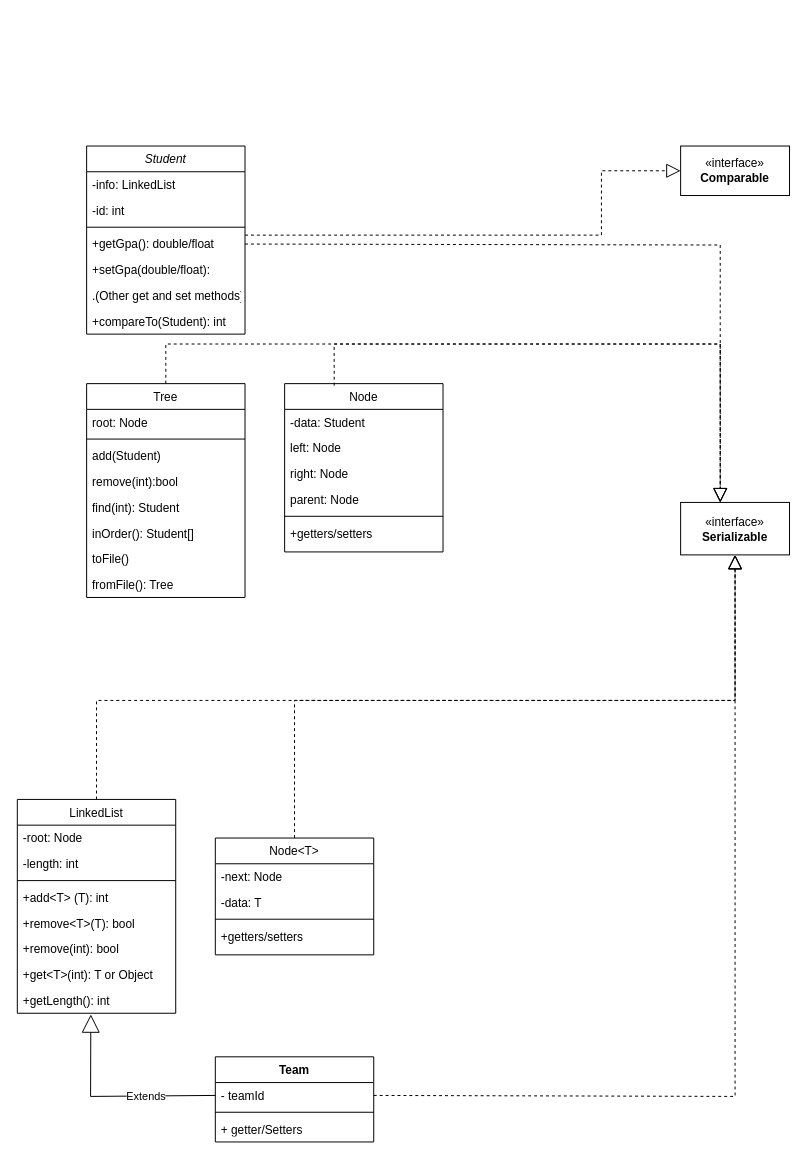
Above: DSA Project UML.drawio in Pearow/DSA-Project (draw.io), before the change. Source tidied: cells renumbered, new cells numbered last; positions are measured from the earlier drawing's top-left corner, leaving out a move shared by most shapes. Both pictures are drawn from the tidied source at 99%, with x=0, y=0 at pixel (17, 146).
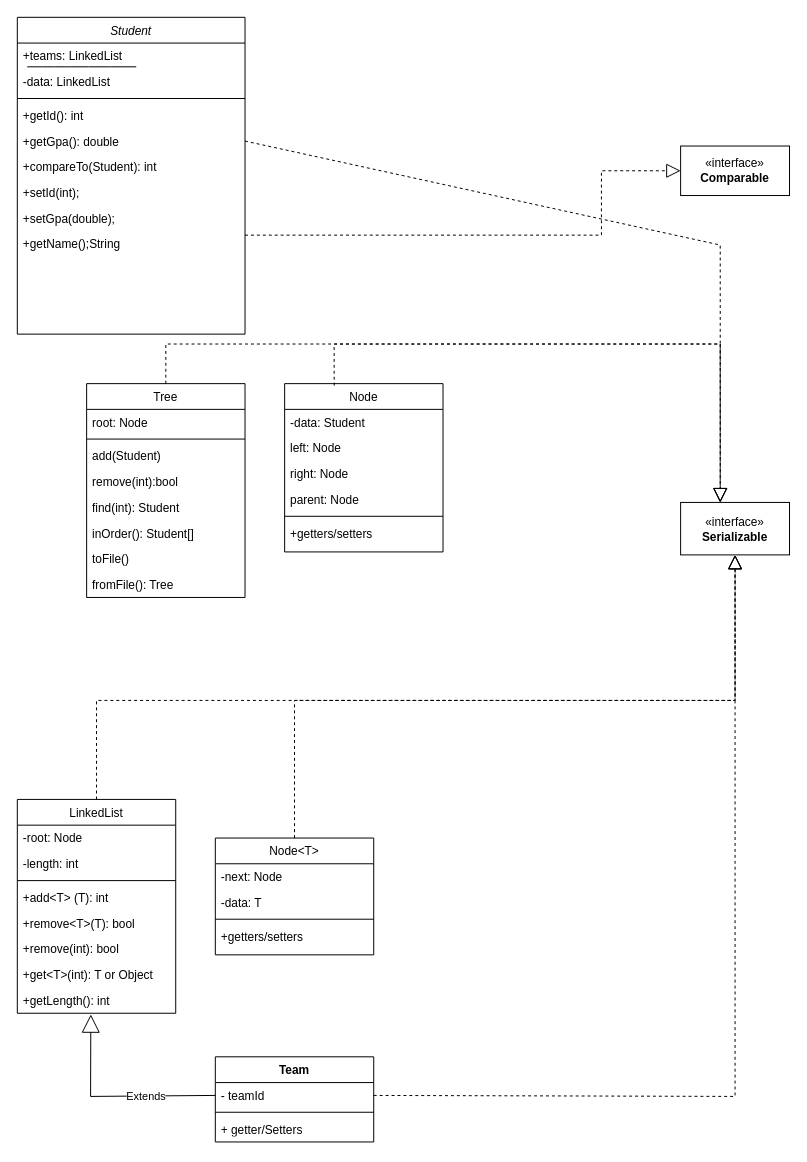
The same page after the edit.

What changed in the source:
```diff
@@
     <mxCell id="2" value="Student&#10;" style="swimlane;fontStyle=2;align=center;verticalAlign=top;horizontal=1;startSize=26;rounded=0;shadow=0;strokeWidth=1;" parent="1" vertex="1">
-      <mxGeometry x="70" width="160" height="190" as="geometry" />
+      <mxGeometry y="-130" width="230" height="320" as="geometry" />
     </mxCell>
-    <mxCell id="3" value="-info: LinkedList" style="text;align=left;verticalAlign=top;spacingLeft=4;spacingRight=4;overflow=hidden;" parent="2" vertex="1">
-      <mxGeometry y="26" width="160" height="26" as="geometry" />
+    <mxCell id="3" value="+teams: LinkedList" style="text;align=left;verticalAlign=top;spacingLeft=4;spacingRight=4;overflow=hidden;" parent="2" vertex="1">
+      <mxGeometry y="26" width="230" height="26" as="geometry" />
     </mxCell>
+    <mxCell id="54" style="endArrow=none;html=1;rounded=0;fontSize=12;startSize=8;endSize=8;curved=1;entryX=0.522;entryY=0.692;entryDx=0;entryDy=0;entryPerimeter=0;" parent="2" edge="1">
+      <mxGeometry relative="1" as="geometry">
+        <mxPoint x="10" y="50" as="sourcePoint" />
+        <mxPoint x="120.1" y="50" as="targetPoint" />
+      </mxGeometry>
+    </mxCell>
-    <mxCell id="4" value="-id: int&#10;" style="text;align=left;verticalAlign=top;spacingLeft=4;spacingRight=4;overflow=hidden;rounded=0;shadow=0;html=0;" parent="2" vertex="1">
-      <mxGeometry y="52" width="160" height="26" as="geometry" />
+    <mxCell id="4" value="-data: LinkedList&#10;" style="text;align=left;verticalAlign=top;spacingLeft=4;spacingRight=4;overflow=hidden;rounded=0;shadow=0;html=0;" parent="2" vertex="1">
+      <mxGeometry y="52" width="230" height="26" as="geometry" />
     </mxCell>
     <mxCell id="5" style="line;html=1;strokeWidth=1;align=left;verticalAlign=middle;spacingTop=-1;spacingLeft=3;spacingRight=3;labelPosition=right;" parent="2" vertex="1">
-      <mxGeometry y="78" width="160" height="8" as="geometry" />
+      <mxGeometry y="78" width="230" height="8" as="geometry" />
     </mxCell>
+    <mxCell id="7" value="+getId(): int&#10;&#10;" style="text;align=left;verticalAlign=top;spacingLeft=4;spacingRight=4;overflow=hidden;" parent="2" vertex="1">
+      <mxGeometry y="86" width="230" height="26" as="geometry" />
+    </mxCell>
-    <mxCell id="6" value="+getGpa(): double/float&#10;" style="text;align=left;verticalAlign=top;spacingLeft=4;spacingRight=4;overflow=hidden;points=[[0,0.5],[1,0.5]];portConstraint=eastwest;" parent="2" vertex="1">
-      <mxGeometry y="86" width="160" height="26" as="geometry" />
+    <mxCell id="6" value="+getGpa(): double&#10;" style="text;align=left;verticalAlign=top;spacingLeft=4;spacingRight=4;overflow=hidden;points=[[0,0.5],[1,0.5]];portConstraint=eastwest;" parent="2" vertex="1">
+      <mxGeometry y="112" width="230" height="26" as="geometry" />
     </mxCell>
-    <mxCell id="7" value="+setGpa(double/float):&#10;" style="text;align=left;verticalAlign=top;spacingLeft=4;spacingRight=4;overflow=hidden;" parent="2" vertex="1">
-      <mxGeometry y="112" width="160" height="26" as="geometry" />
-    </mxCell>
-    <mxCell id="8" value=".(Other get and set methods)" style="text;align=left;verticalAlign=top;spacingLeft=4;spacingRight=4;overflow=hidden;" parent="2" vertex="1">
-      <mxGeometry y="138" width="160" height="26" as="geometry" />
-    </mxCell>
     <mxCell id="9" value="+compareTo(Student): int&#10;" style="text;align=left;verticalAlign=top;spacingLeft=4;spacingRight=4;overflow=hidden;" parent="2" vertex="1">
-      <mxGeometry y="164" width="160" height="26" as="geometry" />
+      <mxGeometry y="138" width="230" height="26" as="geometry" />
     </mxCell>
+    <mxCell id="55" value="+setId(int);" style="text;align=left;verticalAlign=top;spacingLeft=4;spacingRight=4;overflow=hidden;" parent="2" vertex="1">
+      <mxGeometry y="164" width="230" height="26" as="geometry" />
+    </mxCell>
+    <mxCell id="56" value="+setGpa(double); " style="text;align=left;verticalAlign=top;spacingLeft=4;spacingRight=4;overflow=hidden;" parent="2" vertex="1">
+      <mxGeometry y="190" width="230" height="26" as="geometry" />
+    </mxCell>
+    <mxCell id="57" value="+getName();String " style="text;align=left;verticalAlign=top;spacingLeft=4;spacingRight=4;overflow=hidden;" parent="2" vertex="1">
+      <mxGeometry y="216" width="230" height="26" as="geometry" />
+    </mxCell>
```
